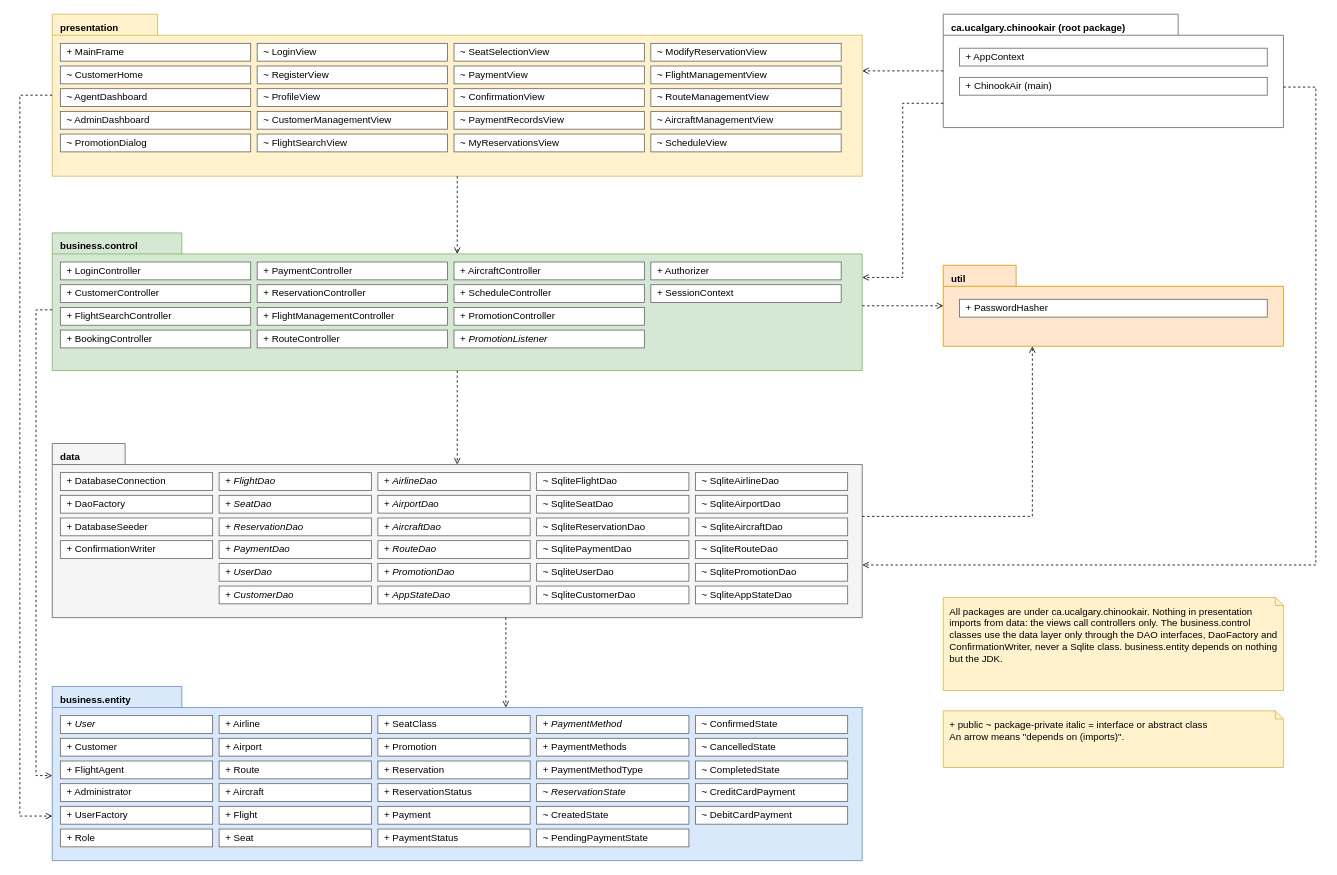
Earlier version of the draw.io diagram docs/diagrams/src/50-package.drawio (satyambhanot/ChinookAir). Source tidied: cells renumbered, new cells numbered last; positions are measured from the earlier drawing's top-left corner, leaving out a move shared by most shapes. Both pictures are drawn from the tidied source at 81%, with x=0, y=0 at pixel (19, 14).
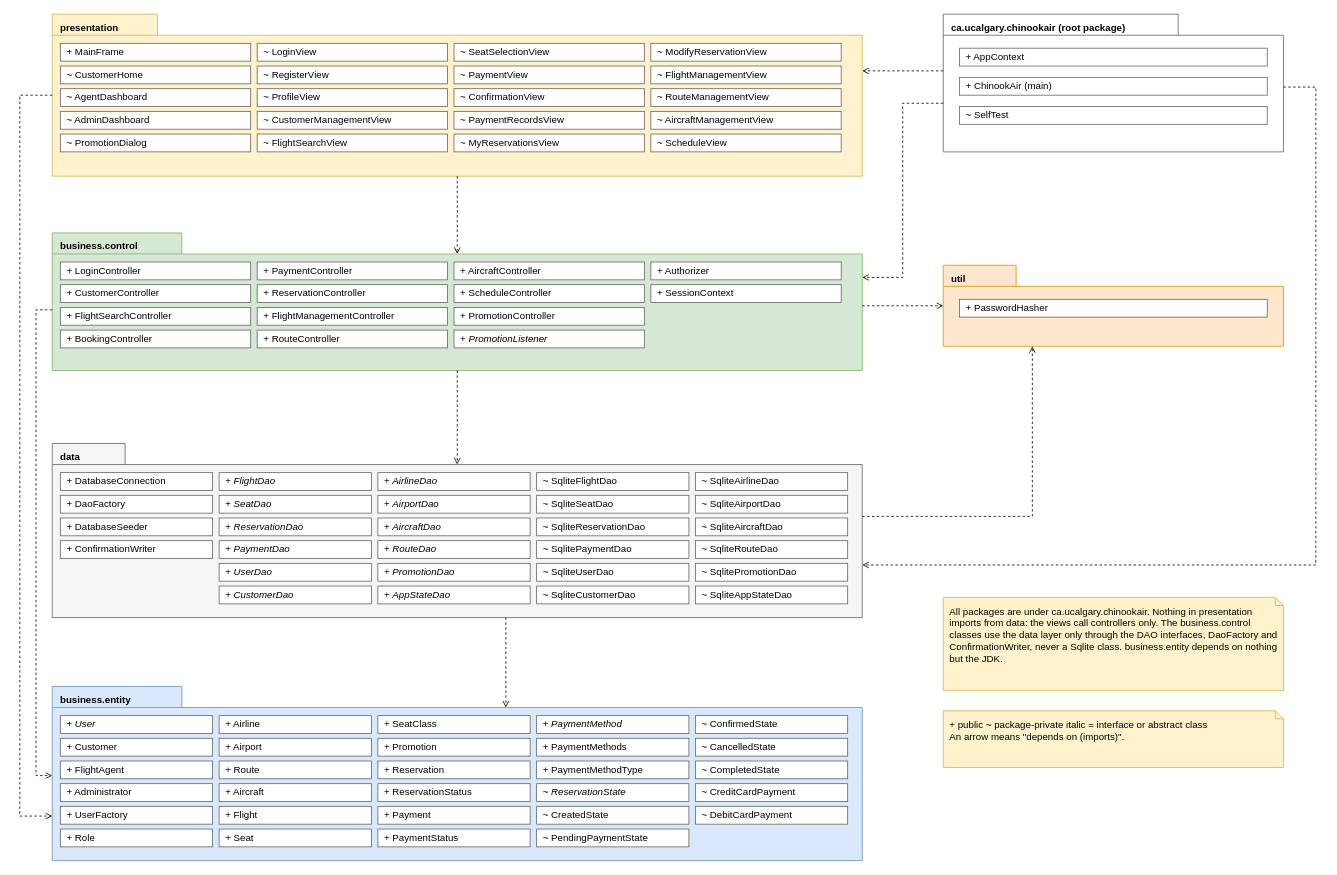
The same page after the edit.

Change to the diagram source:
```diff
@@
     <mxCell id="99" value="ca.ucalgary.chinookair (root package)" style="shape=folder;tabWidth=290;tabHeight=26;tabPosition=left;html=1;whiteSpace=wrap;verticalAlign=top;align=left;spacingLeft=8;spacingTop=3;fontStyle=1;fillColor=#ffffff;strokeColor=#666666;fontFamily=Helvetica;fontSize=12;" parent="1" vertex="1">
-      <mxGeometry x="1140" width="420" height="140" as="geometry" />
+      <mxGeometry x="1140" width="420" height="170" as="geometry" />
     </mxCell>
@@
+    <mxCell id="114" value="~ SelfTest" style="rounded=0;html=1;whiteSpace=wrap;align=left;spacingLeft=6;fillColor=#ffffff;strokeColor=#666666;fontFamily=Helvetica;fontSize=12;" parent="1" vertex="1">
+      <mxGeometry x="1160" y="114" width="380" height="22" as="geometry" />
+    </mxCell>
```
